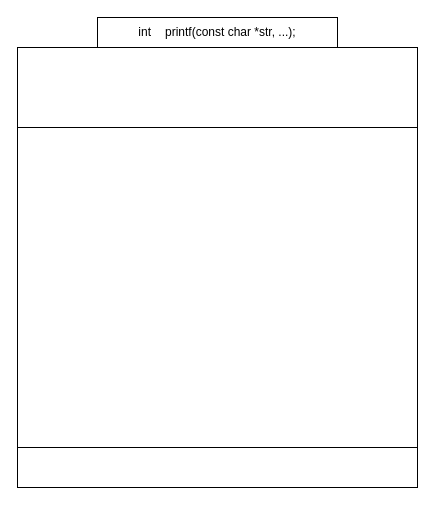
Before: operating_diag.drawio in aautin/42_printf, a draw.io diagram. Source tidied: cells renumbered, new cells numbered last; positions are measured from the earlier drawing's top-left corner, leaving out a move shared by most shapes. Both pictures are drawn from the tidied source at 100%, with x=0, y=0 at pixel (17, 17).
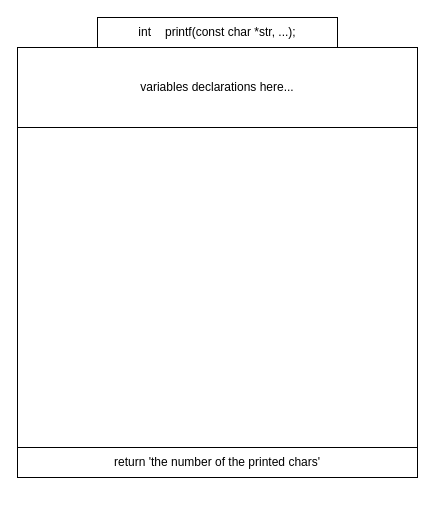
The same page after the edit.

Commit message (it also covers changes not shown here):
start to edit the diag

Diff of the diagram source:
```diff
@@
 <mxGraphModel>
   <root>
     <mxCell id="0" />
     <mxCell id="1" parent="0" />
     <mxCell id="2" value="int&lt;span style=&quot;white-space: pre;&quot;&gt;&#9;&lt;/span&gt;printf(const char *str, ...);" style="text;html=1;strokeColor=default;fillColor=none;align=center;verticalAlign=middle;whiteSpace=wrap;rounded=0;strokeWidth=1;" parent="1" vertex="1">
       <mxGeometry x="80" width="240" height="30" as="geometry" />
     </mxCell>
     <mxCell id="3" style="rounded=0;whiteSpace=wrap;html=1;" parent="1" vertex="1">
-      <mxGeometry y="30" width="400" height="440" as="geometry" />
+      <mxGeometry y="110" width="400" height="320" as="geometry" />
     </mxCell>
-    <mxCell id="4" style="rounded=0;whiteSpace=wrap;html=1;" parent="1" vertex="1">
+    <mxCell id="4" value="variables declarations here..." style="rounded=0;whiteSpace=wrap;html=1;" parent="1" vertex="1">
       <mxGeometry y="30" width="400" height="80" as="geometry" />
     </mxCell>
-    <mxCell id="5" style="rounded=0;whiteSpace=wrap;html=1;" parent="1" vertex="1">
-      <mxGeometry y="430" width="400" height="40" as="geometry" />
+    <mxCell id="5" value="return 'the number of the printed chars'" style="rounded=0;whiteSpace=wrap;html=1;" parent="1" vertex="1">
+      <mxGeometry y="430" width="400" height="30" as="geometry" />
     </mxCell>
   </root>
 </mxGraphModel>
```
